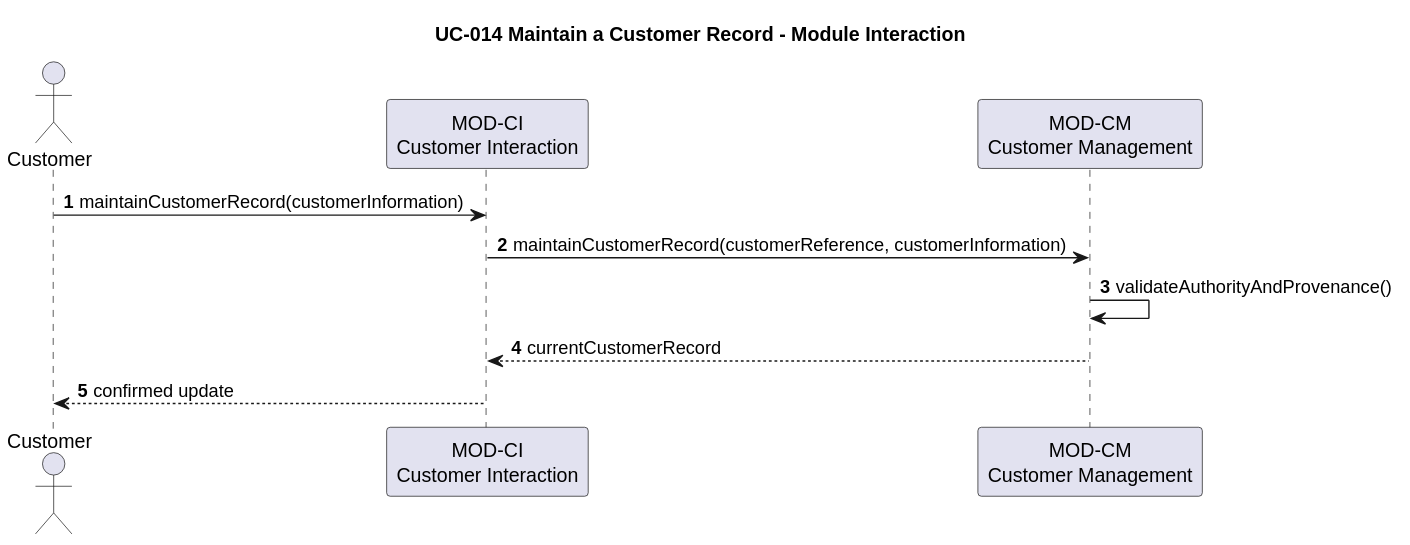
Earlier version of the PlantUML export docs/architecture/software-architecture/uc-014-maintain-customer-record.svg (hochschule-darmstadt/a3se_app).
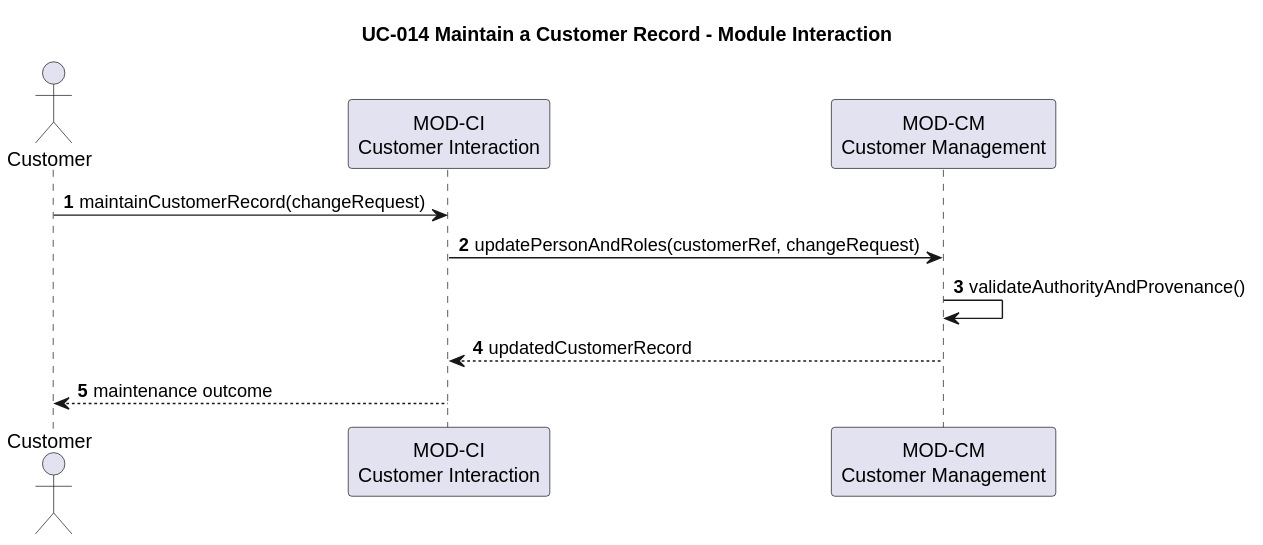
Later version of the same file.

Diff of the diagram source:
```diff
@@ -5,9 +5,9 @@
 participant "MOD-CI\nCustomer Interaction" as CI
 participant "MOD-CM\nCustomer Management" as CM
 
-Customer -> CI: maintainCustomerRecord(customerInformation)
-CI -> CM: maintainCustomerRecord(customerReference, customerInformation)
+Customer -> CI: maintainCustomerRecord(changeRequest)
+CI -> CM: updatePersonAndRoles(customerRef, changeRequest)
 CM -> CM: validateAuthorityAndProvenance()
-CM --> CI: currentCustomerRecord
-CI --> Customer: confirmed update
+CM --> CI: updatedCustomerRecord
+CI --> Customer: maintenance outcome
 @enduml
```
